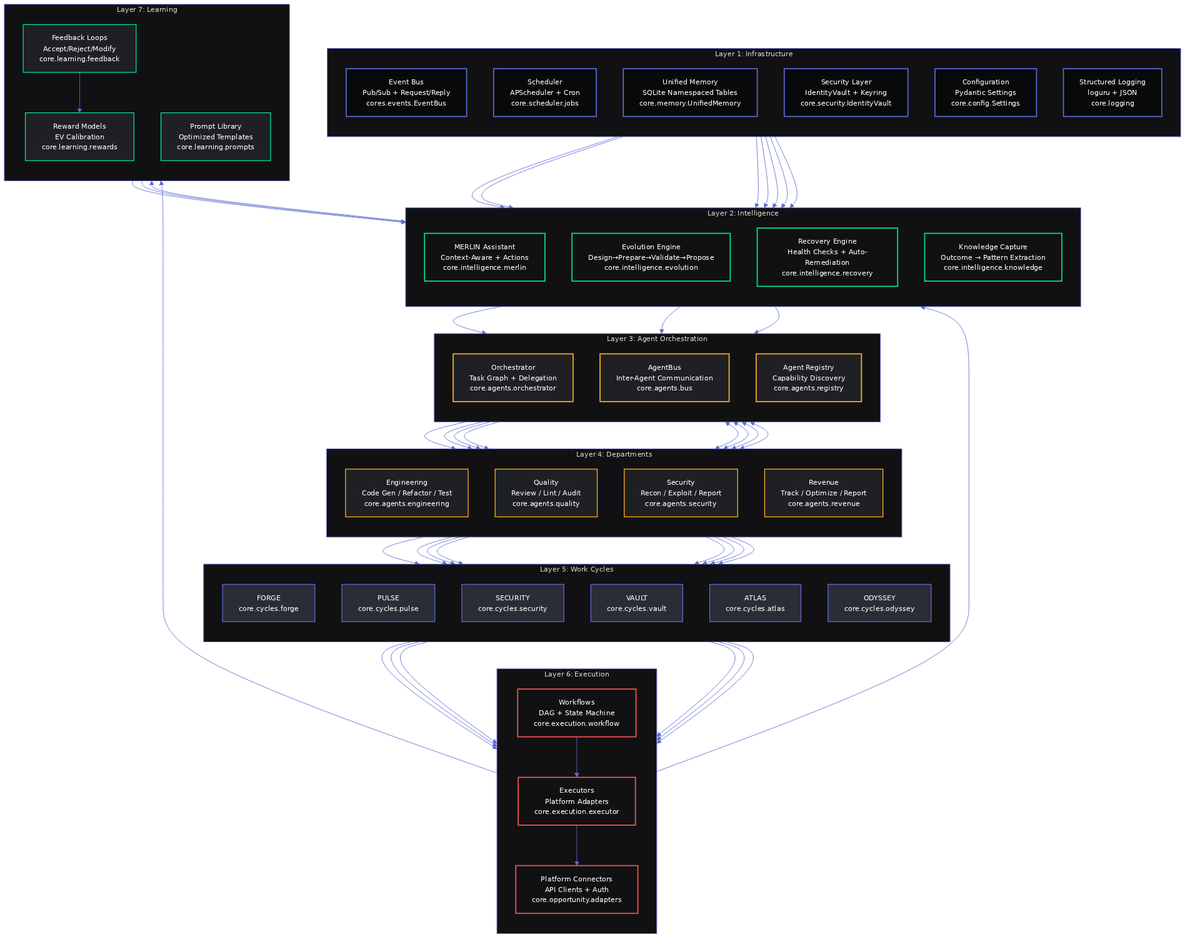
AdriDob/OWNEX keeps this Mermaid diagram as assets/diagrams/layer-breakdown.png. Above is the earlier version. Its source is kept beside it as assets/diagrams/layer-breakdown.mmd.
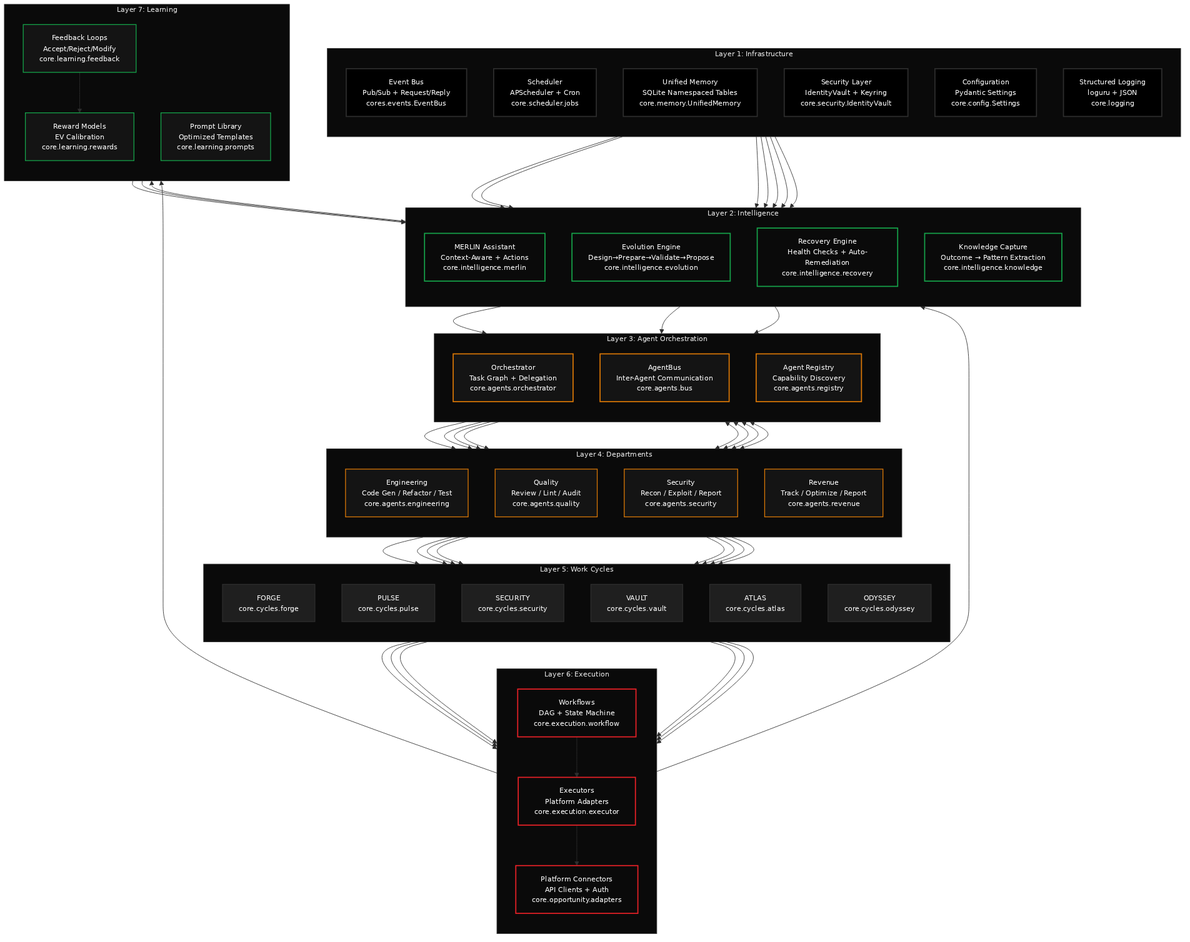
The same diagram one commit later.

Diff of the diagram source:
```diff
@@ -3,18 +3,18 @@
   init: {
     'theme': 'base',
     'themeVariables': {
-      'primaryColor': '#111113',
-      'primaryTextColor': '#F6F8FB',
-      'primaryBorderColor': '#5E6AD2',
-      'lineColor': '#5E6AD2',
-      'secondaryColor': '#1F2023',
-      'tertiaryColor': '#2A2D35',
+      'primaryColor': '#0a0a0a',
+      'primaryTextColor': '#f5f5f5',
+      'primaryBorderColor': '#2e2e2e',
+      'lineColor': '#2e2e2e',
+      'secondaryColor': '#141414',
+      'tertiaryColor': '#1f1f1f',
       'background': 'transparent',
       'mainBkg': 'transparent',
       'fontFamily': 'Inter',
       'fontSize': '13px',
-      'clusterBkg': '#111113',
-      'clusterBorder': '#5E6AD2'
+      'clusterBkg': '#0a0a0a',
+      'clusterBorder': '#2e2e2e'
     }
   }
 }%%
@@ -126,13 +126,13 @@
     L2_EVOL --> L7_PL
     L7_PL --> L2_MERLIN
 
-    classDef l1 fill:#08090A,stroke:#5E6AD2,stroke-width:2px,color:#F6F8FB
-    classDef l2 fill:#111113,stroke:#00E39A,stroke-width:2px,color:#F6F8FB
-    classDef l3 fill:#1F2023,stroke:#FFB020,stroke-width:2px,color:#F6F8FB
-    classDef l4 fill:#1F2023,stroke:#FFB020,stroke-width:1.5px,color:#F6F8FB
-    classDef l5 fill:#2A2D35,stroke:#5E6AD2,stroke-width:1.5px,color:#F6F8FB
-    classDef l6 fill:#111113,stroke:#FF5252,stroke-width:2px,color:#F6F8FB
-    classDef l7 fill:#1F2023,stroke:#00E39A,stroke-width:1.5px,color:#F6F8FB
+    classDef l1 fill:#000000,stroke:#2e2e2e,stroke-width:2px,color:#f5f5f5
+    classDef l2 fill:#0a0a0a,stroke:#16a34a,stroke-width:2px,color:#f5f5f5
+    classDef l3 fill:#141414,stroke:#d97706,stroke-width:2px,color:#f5f5f5
+    classDef l4 fill:#141414,stroke:#d97706,stroke-width:1.5px,color:#f5f5f5
+    classDef l5 fill:#1f1f1f,stroke:#2e2e2e,stroke-width:1.5px,color:#f5f5f5
+    classDef l6 fill:#0a0a0a,stroke:#e82127,stroke-width:2px,color:#f5f5f5
+    classDef l7 fill:#141414,stroke:#16a34a,stroke-width:1.5px,color:#f5f5f5
 
     class L1_EB,L1_SC,L1_UM,L1_SL,L1_CFG,L1_LOG l1
     class L2_MERLIN,L2_EVOL,L2_RECOVERY,L2_KM l2
```
